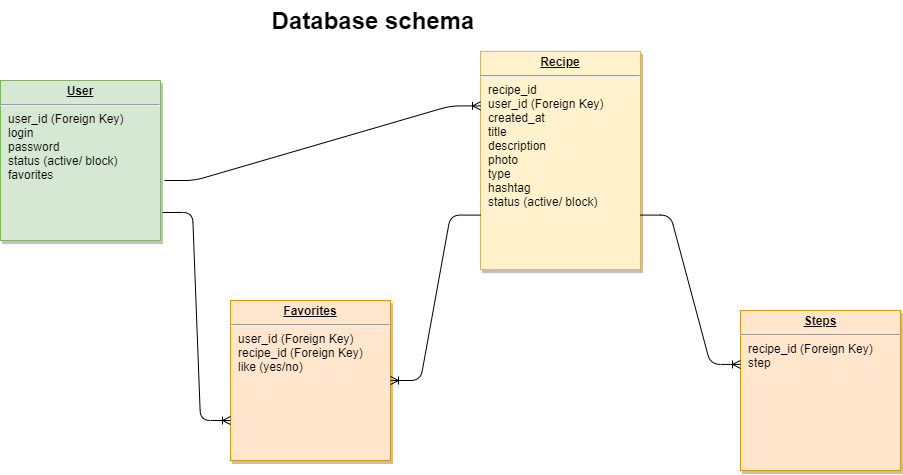
The draw.io diagram files/Database schema.drawio.png in uzhegovaelena/recipes-project, before a commit. Source tidied: cells renumbered, new cells last; positions are measured from the earlier drawing's top-left corner, leaving out a move shared by most shapes.
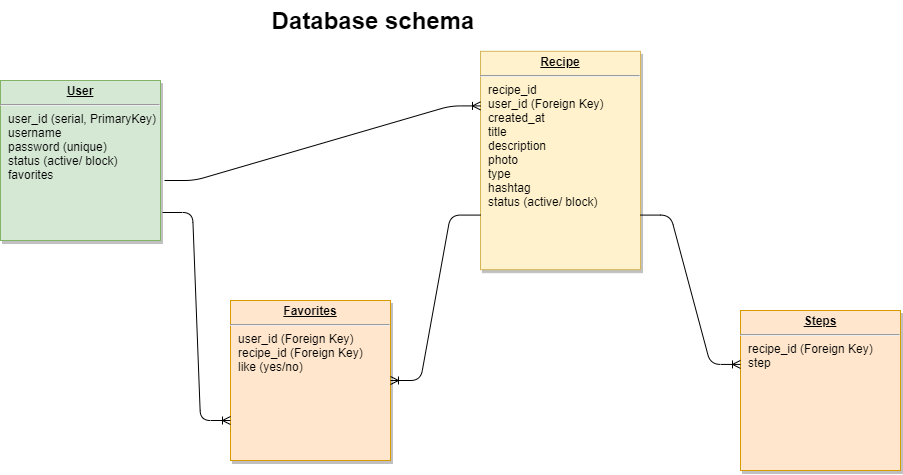
The same file after the commit.

What changed in the source:
```diff
@@ -5,7 +5,7 @@
     <mxCell id="2" value="&lt;p style=&quot;margin: 0px ; margin-top: 4px ; text-align: center ; text-decoration: underline&quot;&gt;&lt;strong&gt;Recipe&lt;/strong&gt;&lt;br&gt;&lt;/p&gt;&lt;hr&gt;&lt;p style=&quot;margin: 0px ; margin-left: 8px&quot;&gt;recipe_id&lt;/p&gt;&lt;p style=&quot;margin: 0px ; margin-left: 8px&quot;&gt;user_id (Foreign Key)&lt;/p&gt;&lt;p style=&quot;margin: 0px ; margin-left: 8px&quot;&gt;created_at&lt;/p&gt;&lt;p style=&quot;margin: 0px ; margin-left: 8px&quot;&gt;title&lt;/p&gt;&lt;p style=&quot;margin: 0px ; margin-left: 8px&quot;&gt;description&lt;/p&gt;&lt;p style=&quot;margin: 0px ; margin-left: 8px&quot;&gt;&lt;span&gt;photo&lt;/span&gt;&lt;br&gt;&lt;/p&gt;&lt;p style=&quot;margin: 0px ; margin-left: 8px&quot;&gt;type&lt;/p&gt;&lt;p style=&quot;margin: 0px ; margin-left: 8px&quot;&gt;&lt;span&gt;hashtag&lt;/span&gt;&lt;br&gt;&lt;/p&gt;&lt;p style=&quot;margin: 0px ; margin-left: 8px&quot;&gt;status (active/ block)&lt;/p&gt;" style="verticalAlign=top;align=left;overflow=fill;fontSize=12;fontFamily=Helvetica;html=1;strokeColor=#d6b656;shadow=1;fillColor=#fff2cc;" parent="1" vertex="1">
       <mxGeometry x="480" y="50.8" width="160" height="218.4" as="geometry" />
     </mxCell>
-    <mxCell id="3" value="&lt;p style=&quot;margin: 0px ; margin-top: 4px ; text-align: center ; text-decoration: underline&quot;&gt;&lt;b&gt;User&lt;/b&gt;&lt;/p&gt;&lt;hr&gt;&lt;p style=&quot;margin: 0px ; margin-left: 8px&quot;&gt;user_id (Foreign Key)&lt;/p&gt;&lt;p style=&quot;margin: 0px ; margin-left: 8px&quot;&gt;login&lt;/p&gt;&lt;p style=&quot;margin: 0px ; margin-left: 8px&quot;&gt;password&lt;/p&gt;&lt;p style=&quot;margin: 0px ; margin-left: 8px&quot;&gt;status (active/ block)&lt;/p&gt;&lt;p style=&quot;margin: 0px ; margin-left: 8px&quot;&gt;favorites&lt;/p&gt;" style="verticalAlign=top;align=left;overflow=fill;fontSize=12;fontFamily=Helvetica;html=1;shadow=1;fillColor=#d5e8d4;strokeColor=#82b366;" parent="1" vertex="1">
+    <mxCell id="3" value="&lt;p style=&quot;margin: 0px ; margin-top: 4px ; text-align: center ; text-decoration: underline&quot;&gt;&lt;b&gt;User&lt;/b&gt;&lt;/p&gt;&lt;hr&gt;&lt;p style=&quot;margin: 0px ; margin-left: 8px&quot;&gt;user_id (serial, PrimaryKey)&lt;/p&gt;&lt;p style=&quot;margin: 0px ; margin-left: 8px&quot;&gt;username&lt;/p&gt;&lt;p style=&quot;margin: 0px ; margin-left: 8px&quot;&gt;password (unique)&lt;/p&gt;&lt;p style=&quot;margin: 0px ; margin-left: 8px&quot;&gt;status (active/ block)&lt;/p&gt;&lt;p style=&quot;margin: 0px ; margin-left: 8px&quot;&gt;favorites&lt;/p&gt;" style="verticalAlign=top;align=left;overflow=fill;fontSize=12;fontFamily=Helvetica;html=1;shadow=1;fillColor=#d5e8d4;strokeColor=#82b366;" parent="1" vertex="1">
       <mxGeometry y="80" width="160" height="160" as="geometry" />
     </mxCell>
     <mxCell id="4" value="&lt;p style=&quot;margin: 0px ; margin-top: 4px ; text-align: center ; text-decoration: underline&quot;&gt;&lt;b&gt;Favorites&lt;/b&gt;&lt;/p&gt;&lt;hr&gt;&lt;p style=&quot;margin: 0px ; margin-left: 8px&quot;&gt;user_id&amp;nbsp;(Foreign Key)&lt;/p&gt;&lt;p style=&quot;margin: 0px ; margin-left: 8px&quot;&gt;recipe_id&amp;nbsp;&lt;span&gt;(Foreign Key)&amp;nbsp;&lt;/span&gt;&lt;/p&gt;&lt;p style=&quot;margin: 0px ; margin-left: 8px&quot;&gt;like (yes/no)&lt;/p&gt;&lt;p style=&quot;margin: 0px ; margin-left: 8px&quot;&gt;&lt;br&gt;&lt;/p&gt;" style="verticalAlign=top;align=left;overflow=fill;fontSize=12;fontFamily=Helvetica;html=1;shadow=1;fillColor=#ffe6cc;strokeColor=#d79b00;" parent="1" vertex="1">
```
